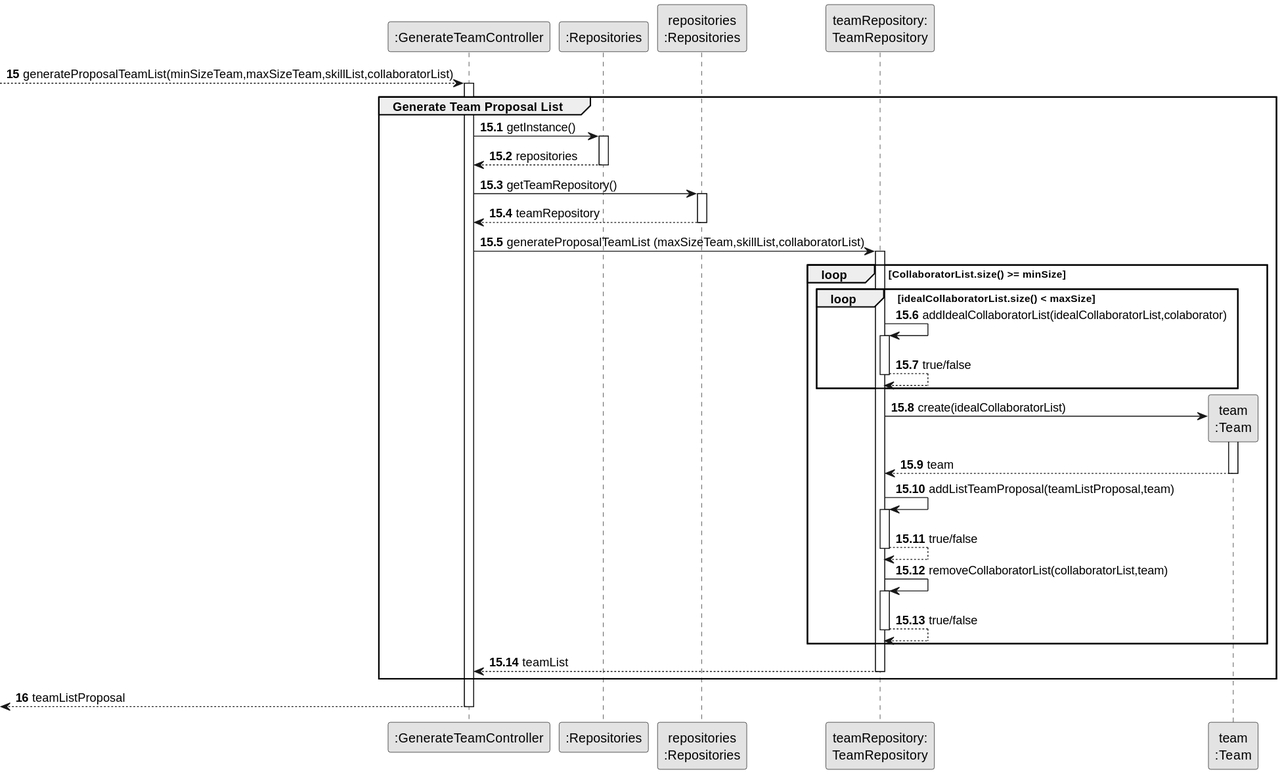
The PlantUML diagram docs/sprint2/us05/03.design/svg/us05-sequence-diagram-partial-generate-team.svg in Departamento-de-Engenharia-Informatica/lei-24-s2-1db-g022, before a commit.
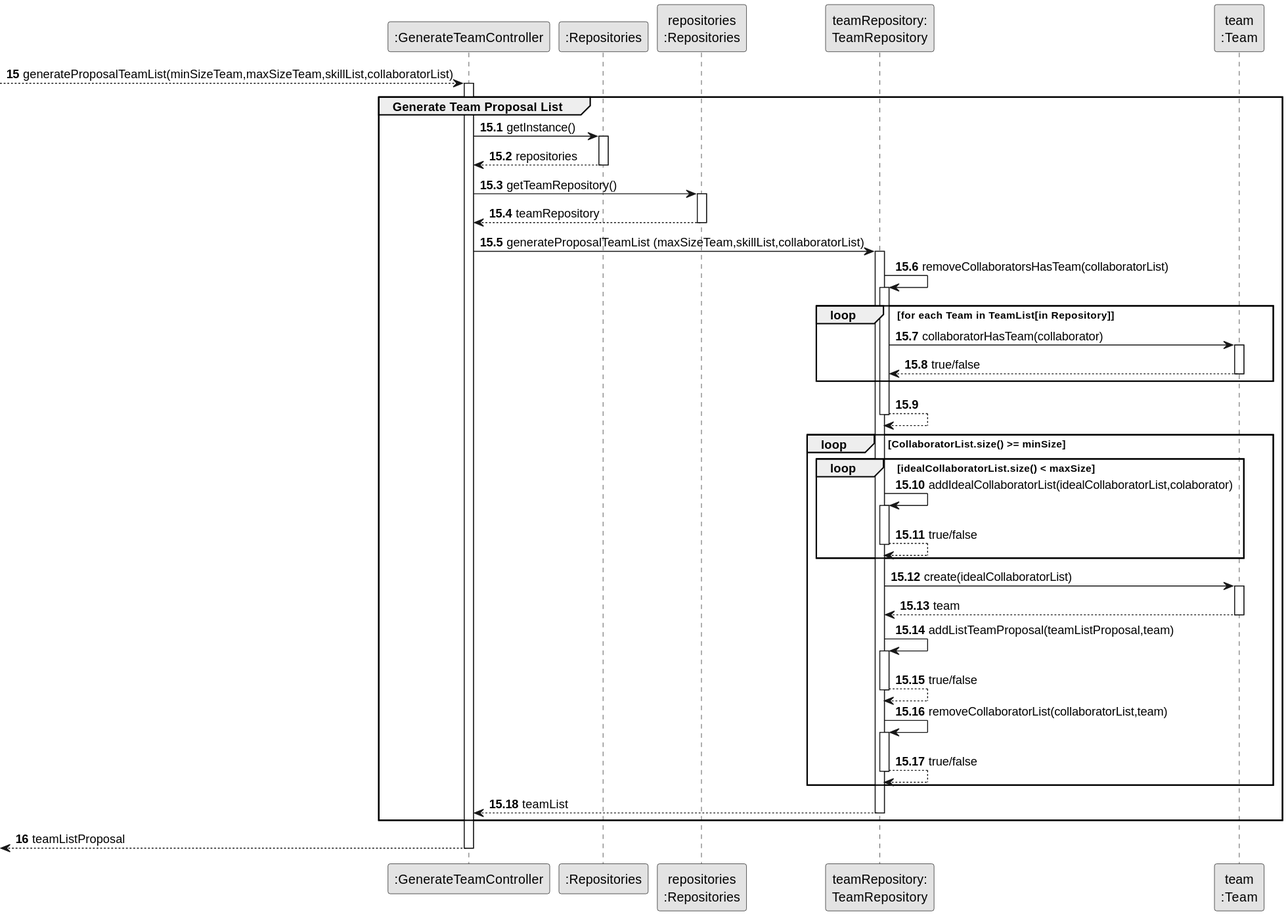
Later version of the same file.

Commit message:
Add and retification a new validation in sequence diagram and class diagram

Diff of the diagram source:
```diff
@@ -36,6 +36,25 @@
 CRL -> TeamRepository : generateProposalTeamList (maxSizeTeam,skillList,collaboratorList)
 activate TeamRepository
 
+
+TeamRepository -> TeamRepository : removeCollaboratorsHasTeam(collaboratorList)
+
+activate TeamRepository
+loop for each Team in TeamList[in Repository]
+
+TeamRepository -> TEAM : collaboratorHasTeam(collaborator)
+activate TEAM
+
+TEAM --> TeamRepository : true/false
+
+deactivate TEAM
+end
+TeamRepository --> TeamRepository
+
+deactivate TeamRepository
+
+
+
 loop CollaboratorList.size() >= minSize
 loop idealCollaboratorList.size() < maxSize
 
@@ -48,7 +67,7 @@
 
 
 end
-TeamRepository ->TEAM**: create(idealCollaboratorList)
+TeamRepository ->TEAM: create(idealCollaboratorList)
 
 activate TEAM
 
```
